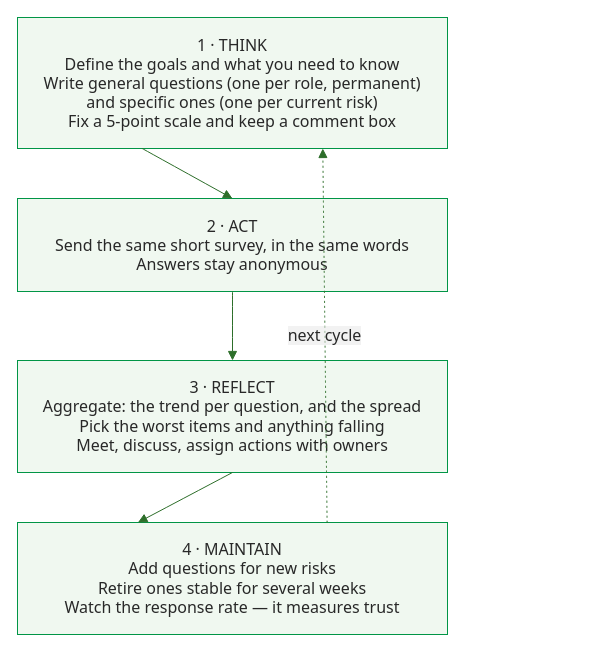
Before: images/scoreboard-cycle.drawio in msdbok/msdbok.github.io, a draw.io diagram. Source tidied: cells renumbered, new cells numbered last; positions are measured from the earlier drawing's top-left corner, leaving out a move shared by most shapes. Both pictures are drawn from the tidied source at 100%, with x=0, y=0 at pixel (17, 17).
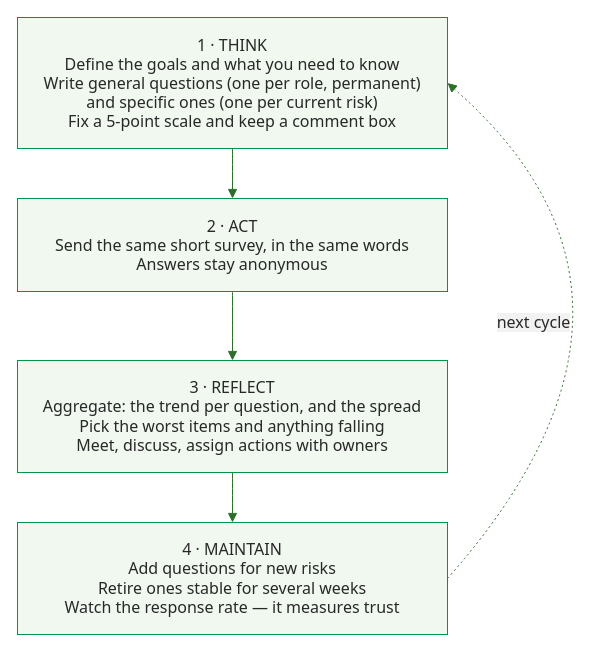
The same diagram, later.

Change to the diagram source:
```diff
@@
 <mxGraphModel>
   <root>
     <mxCell id="0" />
     <mxCell id="1" parent="0" />
     <mxCell id="2" value="1 · THINK&#10;Define the goals and what you need to know&#10;Write general questions (one per role, permanent)&#10;and specific ones (one per current risk)&#10;Fix a 5-point scale and keep a comment box" style="html=1;whiteSpace=wrap;strokeWidth=1;fillColor=#f0f8f0;strokeColor=#019546;fontColor=#282828;fontFamily=Tahoma,Verdana,DejaVu Sans,sans-serif;fontSize=16;" parent="1" vertex="1">
       <mxGeometry width="430" height="131" as="geometry" />
     </mxCell>
     <mxCell id="3" value="2 · ACT&#10;Send the same short survey, in the same words&#10;Answers stay anonymous" style="html=1;whiteSpace=wrap;strokeWidth=1;fillColor=#f0f8f0;strokeColor=#019546;fontColor=#282828;fontFamily=Tahoma,Verdana,DejaVu Sans,sans-serif;fontSize=16;" parent="1" vertex="1">
       <mxGeometry y="181" width="430" height="93" as="geometry" />
     </mxCell>
     <mxCell id="4" value="3 · REFLECT&#10;Aggregate: the trend per question, and the spread&#10;Pick the worst items and anything falling&#10;Meet, discuss, assign actions with owners" style="html=1;whiteSpace=wrap;strokeWidth=1;fillColor=#f0f8f0;strokeColor=#019546;fontColor=#282828;fontFamily=Tahoma,Verdana,DejaVu Sans,sans-serif;fontSize=16;" parent="1" vertex="1">
       <mxGeometry y="343" width="430" height="112" as="geometry" />
     </mxCell>
     <mxCell id="5" value="4 · MAINTAIN&#10;Add questions for new risks&#10;Retire ones stable for several weeks&#10;Watch the response rate — it measures trust" style="html=1;whiteSpace=wrap;strokeWidth=1;fillColor=#f0f8f0;strokeColor=#019546;fontColor=#282828;fontFamily=Tahoma,Verdana,DejaVu Sans,sans-serif;fontSize=16;" parent="1" vertex="1">
       <mxGeometry y="505" width="430" height="112" as="geometry" />
     </mxCell>
-    <mxCell id="6" style="curved=1;startArrow=none;endArrow=block;endSize=7;strokeColor=#2D6E2A;exitX=0.29;exitY=1;entryX=0.5;entryY=0;" parent="1" edge="1" source="2" target="3">
+    <mxCell id="6" style="curved=1;startArrow=none;endArrow=block;endSize=7;strokeColor=#2D6E2A;entryX=0.5;entryY=0;" parent="1" edge="1" source="2" target="3">
       <mxGeometry relative="1" as="geometry" />
     </mxCell>
     <mxCell id="7" style="curved=1;startArrow=none;endArrow=block;endSize=7;strokeColor=#2D6E2A;exitX=0.5;exitY=1;entryX=0.5;entryY=0;" parent="1" edge="1" source="3" target="4">
       <mxGeometry relative="1" as="geometry" />
     </mxCell>
-    <mxCell id="8" style="curved=1;startArrow=none;endArrow=block;endSize=7;strokeColor=#2D6E2A;exitX=0.5;exitY=1;entryX=0.28;entryY=0;" parent="1" edge="1" source="4" target="5">
+    <mxCell id="8" style="curved=1;startArrow=none;endArrow=block;endSize=7;strokeColor=#2D6E2A;exitX=0.5;exitY=1;" parent="1" edge="1" source="4" target="5">
       <mxGeometry relative="1" as="geometry" />
     </mxCell>
-    <mxCell id="9" value="next cycle" style="curved=1;dashed=1;dashPattern=2 3;fixDash=1;startArrow=none;endArrow=block;endSize=7;strokeColor=#2D6E2A;html=1;fontSize=16;labelBackgroundColor=light-dark(#E8E8E88D,#2a2a2a8D);fontFamily=Tahoma,Verdana,DejaVu Sans,sans-serif;fontColor=#282828;exitX=0.72;exitY=0;entryX=0.71;entryY=1;" parent="1" edge="1" source="5" target="2">
-      <mxGeometry relative="1" as="geometry" />
+    <mxCell id="9" value="next cycle" style="curved=1;dashed=1;dashPattern=2 3;fixDash=1;startArrow=none;endArrow=block;endSize=7;strokeColor=#2D6E2A;html=1;fontSize=16;labelBackgroundColor=light-dark(#E8E8E88D,#2a2a2a8D);fontFamily=Tahoma,Verdana,DejaVu Sans,sans-serif;fontColor=#282828;exitX=1;exitY=0.5;entryX=1;entryY=0.5;exitDx=0;exitDy=0;entryDx=0;entryDy=0;" parent="1" edge="1" source="5" target="2">
+      <mxGeometry x="-0.29" y="105" relative="1" as="geometry">
+        <Array as="points">
+          <mxPoint x="677" y="282" />
+        </Array>
+      </mxGeometry>
     </mxCell>
   </root>
 </mxGraphModel>
```
